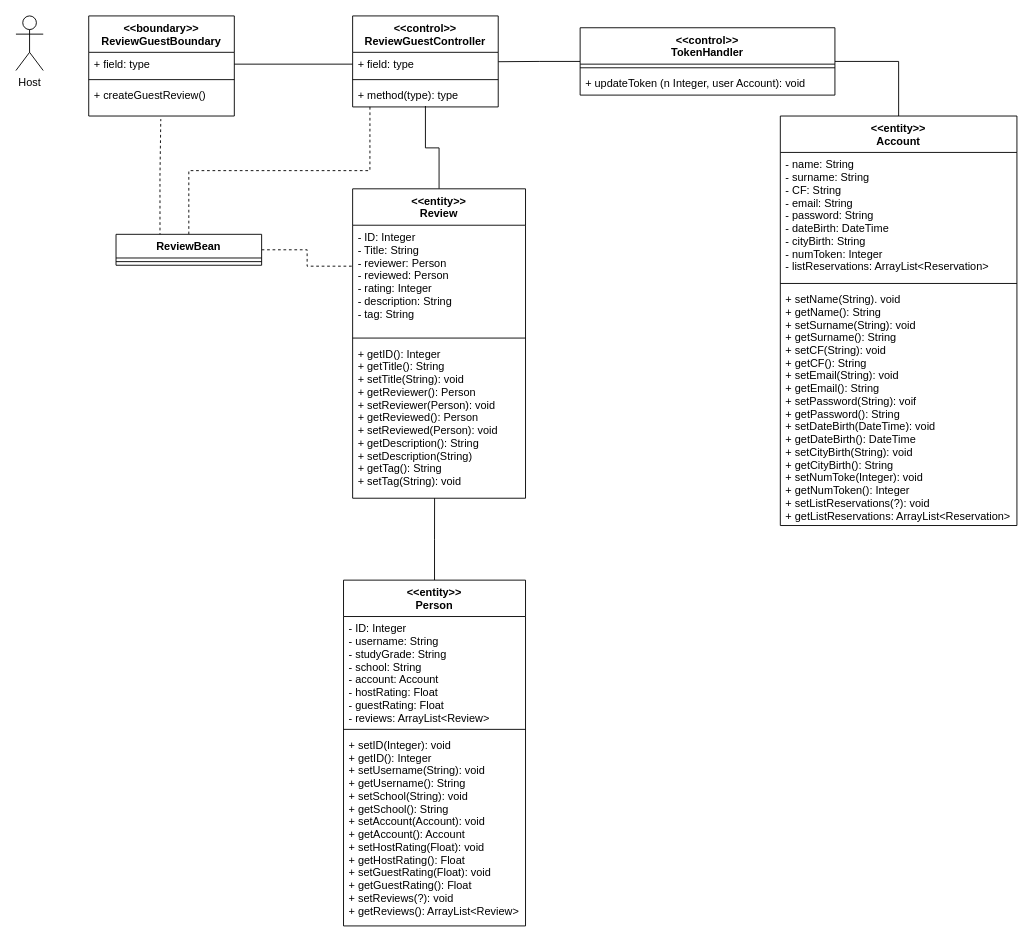
nic-agos/DoveStudi keeps this draw.io diagram as Docs/VoPC/VoPC ReviewGuest.drawio. Above is the earlier version. Source tidied: cells renumbered, new cells numbered last; positions are measured from the earlier drawing's top-left corner, leaving out a move shared by most shapes. Both pictures are drawn from the tidied source at 91%, with x=0, y=0 at pixel (15, 15).
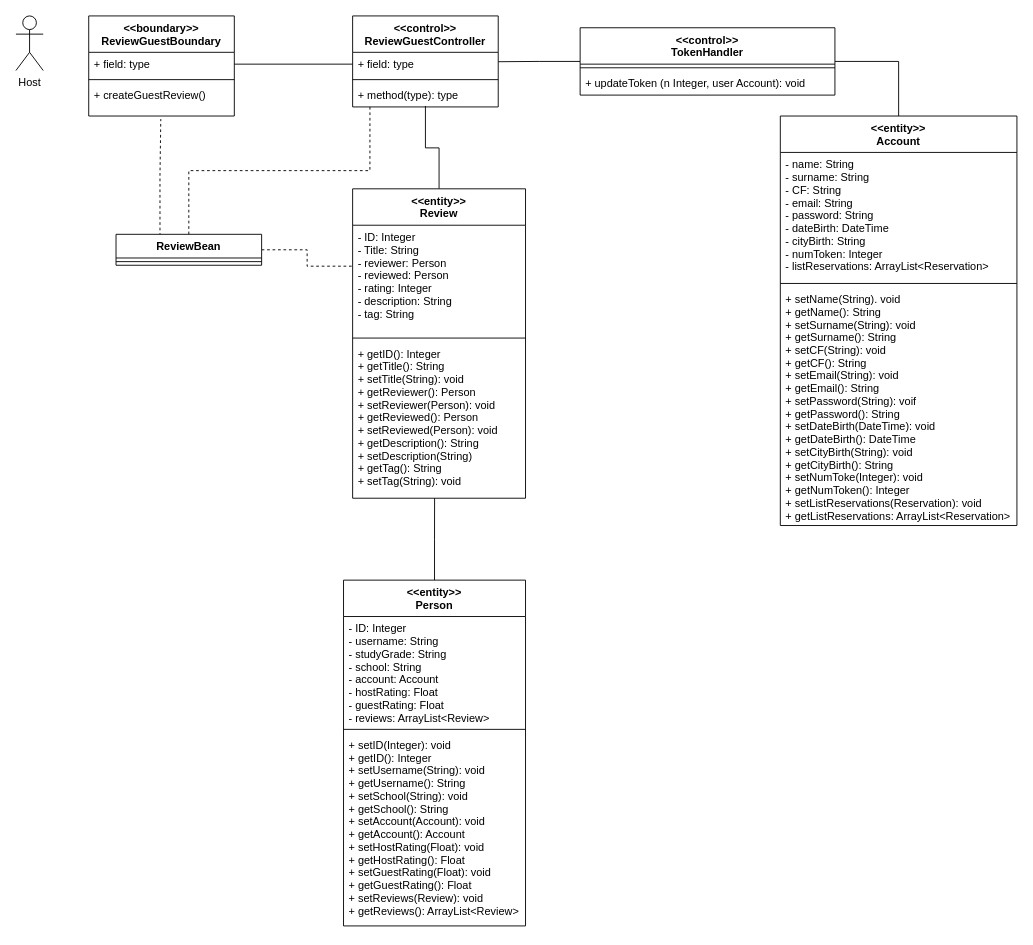
After the change.

Unchanged cells that the change refers to:
```xml
<mxCell id="23" value="&lt;&lt;entity&gt;&gt;&#10;Person" style="swimlane;fontStyle=1;align=center;verticalAlign=top;horizontal=1;startSize=40;" parent="1" vertex="1">
  <mxGeometry x="360" y="620" width="200" height="380" as="geometry" />
</mxCell>
<mxCell id="28" value="&lt;&lt;entity&gt;&gt;&#10;Account" style="swimlane;fontStyle=1;align=center;verticalAlign=top;horizontal=1;startSize=40;" parent="1" vertex="1">
  <mxGeometry x="840" y="110" width="260" height="450" as="geometry" />
</mxCell>
```

Change to the diagram source:
```diff
@@
-    <mxCell id="26" value="+ setID(Integer): void&#10;+ getID(): Integer&#10;+ setUsername(String): void&#10;+ getUsername(): String&#10;+ setSchool(String): void&#10;+ getSchool(): String&#10;+ setAccount(Account): void&#10;+ getAccount(): Account&#10;+ setHostRating(Float): void&#10;+ getHostRating(): Float&#10;+ setGuestRating(Float): void&#10;+ getGuestRating(): Float&#10;+ setReviews(?): void&#10;+ getReviews(): ArrayList&lt;Review&gt;" style="text;strokeColor=none;fillColor=none;align=left;verticalAlign=top;spacingLeft=4;spacingRight=4;overflow=hidden;" parent="23" vertex="1">
+    <mxCell id="26" value="+ setID(Integer): void&#10;+ getID(): Integer&#10;+ setUsername(String): void&#10;+ getUsername(): String&#10;+ setSchool(String): void&#10;+ getSchool(): String&#10;+ setAccount(Account): void&#10;+ getAccount(): Account&#10;+ setHostRating(Float): void&#10;+ getHostRating(): Float&#10;+ setGuestRating(Float): void&#10;+ getGuestRating(): Float&#10;+ setReviews(Review): void&#10;+ getReviews(): ArrayList&lt;Review&gt;" style="text;strokeColor=none;fillColor=none;align=left;verticalAlign=top;spacingLeft=4;spacingRight=4;overflow=hidden;" parent="23" vertex="1">
       <mxGeometry y="168" width="200" height="212" as="geometry" />
     </mxCell>
@@
-    <mxCell id="31" value="+ setName(String). void&#10;+ getName(): String&#10;+ setSurname(String): void&#10;+ getSurname(): String&#10;+ setCF(String): void&#10;+ getCF(): String&#10;+ setEmail(String): void&#10;+ getEmail(): String&#10;+ setPassword(String): voif&#10;+ getPassword(): String&#10;+ setDateBirth(DateTime): void&#10;+ getDateBirth(): DateTime&#10;+ setCityBirth(String): void&#10;+ getCityBirth(): String&#10;+ setNumToke(Integer): void&#10;+ getNumToken(): Integer&#10;+ setListReservations(?): void&#10;+ getListReservations: ArrayList&lt;Reservation&gt;&#10;&#10;" style="text;strokeColor=none;fillColor=none;align=left;verticalAlign=top;spacingLeft=4;spacingRight=4;overflow=hidden;" parent="28" vertex="1">
+    <mxCell id="31" value="+ setName(String). void&#10;+ getName(): String&#10;+ setSurname(String): void&#10;+ getSurname(): String&#10;+ setCF(String): void&#10;+ getCF(): String&#10;+ setEmail(String): void&#10;+ getEmail(): String&#10;+ setPassword(String): voif&#10;+ getPassword(): String&#10;+ setDateBirth(DateTime): void&#10;+ getDateBirth(): DateTime&#10;+ setCityBirth(String): void&#10;+ getCityBirth(): String&#10;+ setNumToke(Integer): void&#10;+ getNumToken(): Integer&#10;+ setListReservations(Reservation): void&#10;+ getListReservations: ArrayList&lt;Reservation&gt;&#10;&#10;" style="text;strokeColor=none;fillColor=none;align=left;verticalAlign=top;spacingLeft=4;spacingRight=4;overflow=hidden;" parent="28" vertex="1">
       <mxGeometry y="188" width="260" height="262" as="geometry" />
     </mxCell>
```
